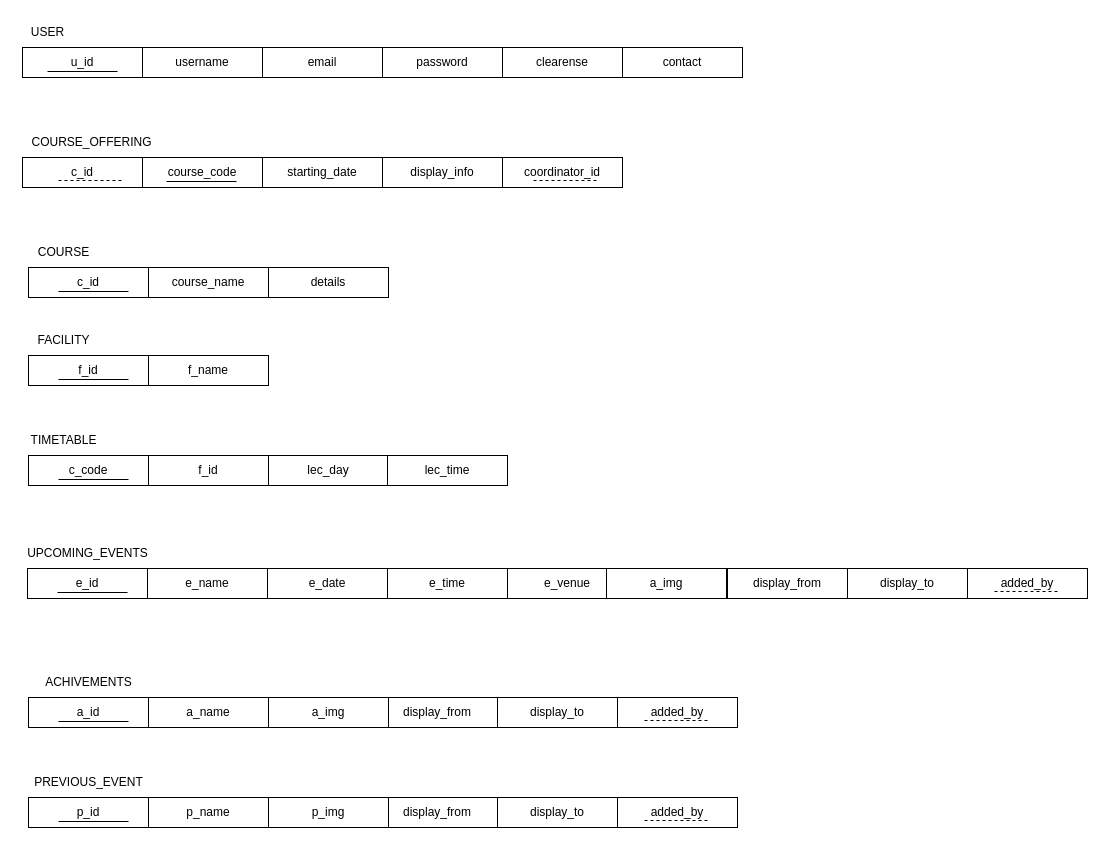
cepdnaclk/e19-co227-digital-signage-content-management-system keeps this draw.io diagram as admin/relational schema.drawio. Above is the earlier version. Source tidied: cells renumbered, new cells numbered last; positions are measured from the earlier drawing's top-left corner, leaving out a move shared by most shapes. Both pictures are drawn from the tidied source at 100%, with x=0, y=0 at pixel (17, 17).
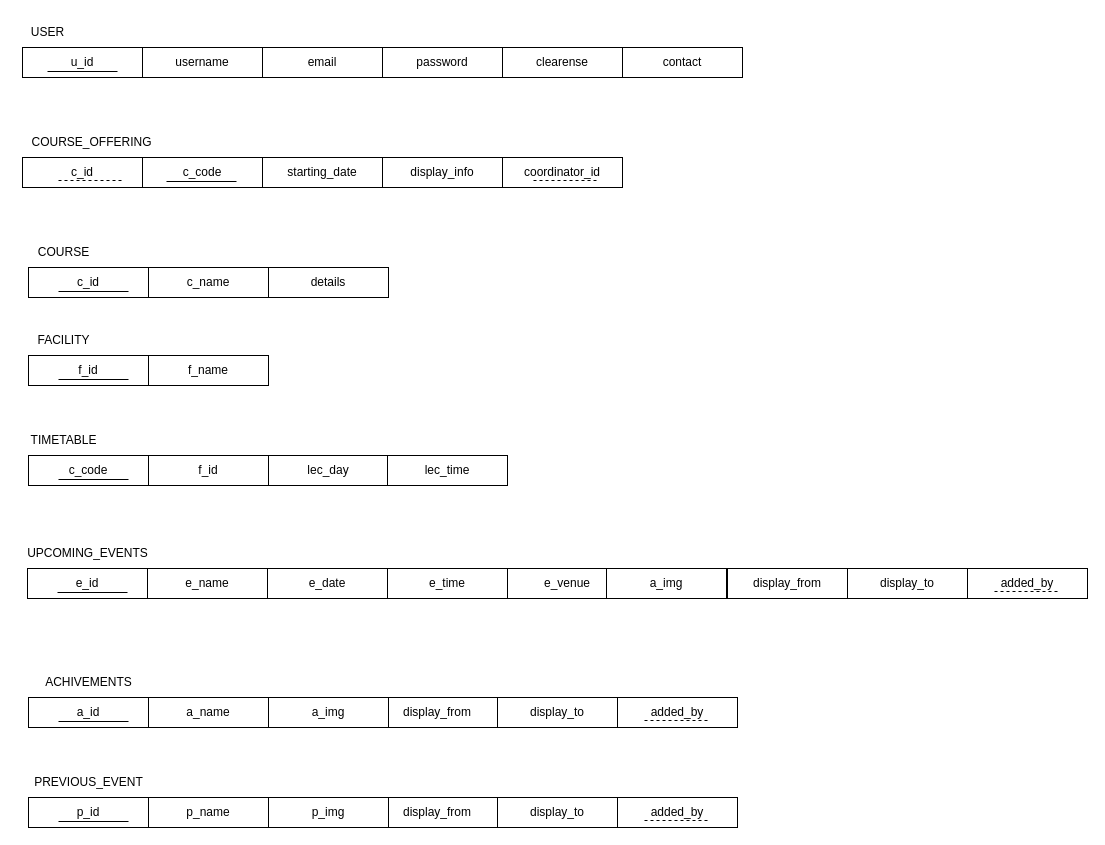
The same page after the edit.

Diff of the diagram source:
```diff
@@
-    <mxCell id="10" value="course_code" style="rounded=0;whiteSpace=wrap;html=1;" parent="1" vertex="1">
+    <mxCell id="10" value="c_code" style="rounded=0;whiteSpace=wrap;html=1;" parent="1" vertex="1">
       <mxGeometry x="125" y="140" width="120" height="30" as="geometry" />
     </mxCell>
@@
-    <mxCell id="31" value="course_name" style="rounded=0;whiteSpace=wrap;html=1;" parent="1" vertex="1">
+    <mxCell id="31" value="c_name" style="rounded=0;whiteSpace=wrap;html=1;" parent="1" vertex="1">
       <mxGeometry x="131" y="250" width="120" height="30" as="geometry" />
     </mxCell>
```
